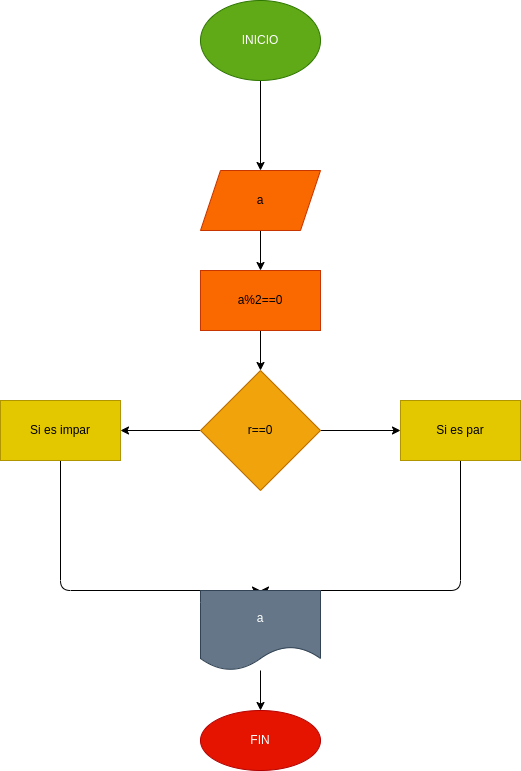
RobertCaicedo3723/Ejercicios_clase keeps this draw.io diagram as programa_par.png. Above is the earlier version. Source tidied: cells renumbered, new cells last; positions are measured from the earlier drawing's top-left corner, leaving out a move shared by most shapes. Source of this version:
```xml
<mxGraphModel>
  <root>
    <mxCell id="0" />
    <mxCell id="1" parent="0" />
    <mxCell id="2" style="edgeStyle=none;html=1;" parent="1" edge="1" source="3" target="5">
      <mxGeometry relative="1" as="geometry" />
    </mxCell>
    <mxCell id="3" value="INICIO" style="ellipse;whiteSpace=wrap;html=1;fillColor=#60a917;fontColor=#ffffff;strokeColor=#2D7600;" parent="1" vertex="1">
      <mxGeometry x="200" width="120" height="80" as="geometry" />
    </mxCell>
    <mxCell id="4" style="edgeStyle=none;html=1;" parent="1" edge="1" source="5" target="17">
      <mxGeometry relative="1" as="geometry" />
    </mxCell>
    <mxCell id="5" value="a" style="shape=parallelogram;perimeter=parallelogramPerimeter;whiteSpace=wrap;html=1;fixedSize=1;fillColor=#fa6800;fontColor=#000000;strokeColor=#C73500;" parent="1" vertex="1">
      <mxGeometry x="200" y="170" width="120" height="60" as="geometry" />
    </mxCell>
    <mxCell id="6" style="edgeStyle=none;html=1;" parent="1" edge="1" source="8" target="10">
      <mxGeometry relative="1" as="geometry" />
    </mxCell>
    <mxCell id="7" style="edgeStyle=none;html=1;" parent="1" edge="1" source="8" target="12">
      <mxGeometry relative="1" as="geometry" />
    </mxCell>
    <mxCell id="8" value="r==0" style="rhombus;whiteSpace=wrap;html=1;fillColor=#f0a30a;fontColor=#000000;strokeColor=#BD7000;" parent="1" vertex="1">
      <mxGeometry x="200" y="370" width="120" height="120" as="geometry" />
    </mxCell>
    <mxCell id="9" style="edgeStyle=none;html=1;entryX=0.5;entryY=0;entryDx=0;entryDy=0;" parent="1" edge="1" source="10" target="14">
      <mxGeometry relative="1" as="geometry">
        <Array as="points">
          <mxPoint x="460" y="590" />
        </Array>
      </mxGeometry>
    </mxCell>
    <mxCell id="10" value="Si es par" style="whiteSpace=wrap;html=1;fillColor=#e3c800;fontColor=#000000;strokeColor=#B09500;" parent="1" vertex="1">
      <mxGeometry x="400" y="400" width="120" height="60" as="geometry" />
    </mxCell>
    <mxCell id="11" style="edgeStyle=none;html=1;exitX=0.5;exitY=1;exitDx=0;exitDy=0;entryX=0.5;entryY=0;entryDx=0;entryDy=0;" parent="1" edge="1" source="12" target="14">
      <mxGeometry relative="1" as="geometry">
        <Array as="points">
          <mxPoint x="60" y="590" />
        </Array>
      </mxGeometry>
    </mxCell>
    <mxCell id="12" value="Si es impar" style="whiteSpace=wrap;html=1;fillColor=#e3c800;fontColor=#000000;strokeColor=#B09500;" parent="1" vertex="1">
      <mxGeometry y="400" width="120" height="60" as="geometry" />
    </mxCell>
    <mxCell id="13" style="edgeStyle=none;html=1;" parent="1" edge="1" source="14" target="15">
      <mxGeometry relative="1" as="geometry" />
    </mxCell>
    <mxCell id="14" value="a" style="shape=document;whiteSpace=wrap;html=1;boundedLbl=1;fillColor=#647687;fontColor=#ffffff;strokeColor=#314354;" parent="1" vertex="1">
      <mxGeometry x="200" y="590" width="120" height="80" as="geometry" />
    </mxCell>
    <mxCell id="15" value="FIN" style="ellipse;whiteSpace=wrap;html=1;fillColor=#e51400;fontColor=#ffffff;strokeColor=#B20000;" parent="1" vertex="1">
      <mxGeometry x="200" y="710" width="120" height="60" as="geometry" />
    </mxCell>
    <mxCell id="16" style="edgeStyle=none;html=1;exitX=0.5;exitY=1;exitDx=0;exitDy=0;" parent="1" edge="1" source="17" target="8">
      <mxGeometry relative="1" as="geometry" />
    </mxCell>
    <mxCell id="17" value="&lt;span&gt;a%2==0&lt;/span&gt;" style="whiteSpace=wrap;html=1;fillColor=#fa6800;strokeColor=#C73500;fontColor=#000000;" parent="1" vertex="1">
      <mxGeometry x="200" y="270" width="120" height="60" as="geometry" />
    </mxCell>
  </root>
</mxGraphModel>
```
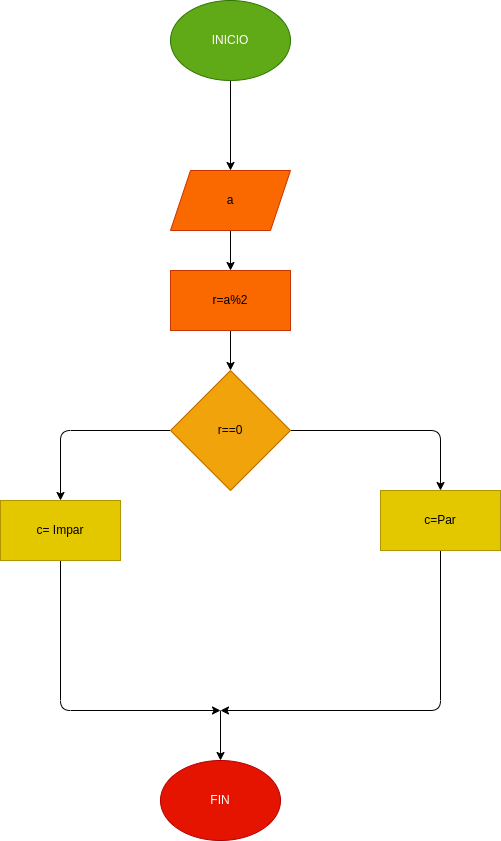
The same diagram one commit later.

What changed in the source:
```diff
@@ -15,48 +15,57 @@
       <mxGeometry x="200" y="170" width="120" height="60" as="geometry" />
     </mxCell>
     <mxCell id="6" style="edgeStyle=none;html=1;" parent="1" edge="1" source="8" target="10">
-      <mxGeometry relative="1" as="geometry" />
+      <mxGeometry relative="1" as="geometry">
+        <Array as="points">
+          <mxPoint x="470" y="430" />
+        </Array>
+      </mxGeometry>
     </mxCell>
     <mxCell id="7" style="edgeStyle=none;html=1;" parent="1" edge="1" source="8" target="12">
-      <mxGeometry relative="1" as="geometry" />
+      <mxGeometry relative="1" as="geometry">
+        <Array as="points">
+          <mxPoint x="90" y="430" />
+        </Array>
+      </mxGeometry>
     </mxCell>
     <mxCell id="8" value="r==0" style="rhombus;whiteSpace=wrap;html=1;fillColor=#f0a30a;fontColor=#000000;strokeColor=#BD7000;" parent="1" vertex="1">
       <mxGeometry x="200" y="370" width="120" height="120" as="geometry" />
     </mxCell>
-    <mxCell id="9" style="edgeStyle=none;html=1;entryX=0.5;entryY=0;entryDx=0;entryDy=0;" parent="1" edge="1" source="10" target="14">
-      <mxGeometry relative="1" as="geometry">
-        <Array as="points">
-          <mxPoint x="460" y="590" />
-        </Array>
-      </mxGeometry>
-    </mxCell>
+    <mxCell id="18" style="edgeStyle=none;html=1;exitX=0.5;exitY=1;exitDx=0;exitDy=0;" parent="1" edge="1" source="10">
+      <mxGeometry relative="1" as="geometry">
+        <mxPoint x="250" y="710" as="targetPoint" />
+        <Array as="points">
+          <mxPoint x="470" y="710" />
+        </Array>
+      </mxGeometry>
+    </mxCell>
-    <mxCell id="10" value="Si es par" style="whiteSpace=wrap;html=1;fillColor=#e3c800;fontColor=#000000;strokeColor=#B09500;" parent="1" vertex="1">
-      <mxGeometry x="400" y="400" width="120" height="60" as="geometry" />
+    <mxCell id="10" value="c=Par" style="whiteSpace=wrap;html=1;fillColor=#e3c800;fontColor=#000000;strokeColor=#B09500;" parent="1" vertex="1">
+      <mxGeometry x="410" y="490" width="120" height="60" as="geometry" />
     </mxCell>
-    <mxCell id="11" style="edgeStyle=none;html=1;exitX=0.5;exitY=1;exitDx=0;exitDy=0;entryX=0.5;entryY=0;entryDx=0;entryDy=0;" parent="1" edge="1" source="12" target="14">
-      <mxGeometry relative="1" as="geometry">
-        <Array as="points">
-          <mxPoint x="60" y="590" />
-        </Array>
-      </mxGeometry>
-    </mxCell>
+    <mxCell id="19" style="edgeStyle=none;html=1;" parent="1" edge="1" source="12">
+      <mxGeometry relative="1" as="geometry">
+        <mxPoint x="250" y="710" as="targetPoint" />
+        <Array as="points">
+          <mxPoint x="90" y="710" />
+        </Array>
+      </mxGeometry>
+    </mxCell>
-    <mxCell id="12" value="Si es impar" style="whiteSpace=wrap;html=1;fillColor=#e3c800;fontColor=#000000;strokeColor=#B09500;" parent="1" vertex="1">
-      <mxGeometry y="400" width="120" height="60" as="geometry" />
+    <mxCell id="12" value="c= Impar" style="whiteSpace=wrap;html=1;fillColor=#e3c800;fontColor=#000000;strokeColor=#B09500;" parent="1" vertex="1">
+      <mxGeometry x="30" y="500" width="120" height="60" as="geometry" />
     </mxCell>
-    <mxCell id="13" style="edgeStyle=none;html=1;" parent="1" edge="1" source="14" target="15">
-      <mxGeometry relative="1" as="geometry" />
-    </mxCell>
-    <mxCell id="14" value="a" style="shape=document;whiteSpace=wrap;html=1;boundedLbl=1;fillColor=#647687;fontColor=#ffffff;strokeColor=#314354;" parent="1" vertex="1">
-      <mxGeometry x="200" y="590" width="120" height="80" as="geometry" />
-    </mxCell>
-    <mxCell id="15" value="FIN" style="ellipse;whiteSpace=wrap;html=1;fillColor=#e51400;fontColor=#ffffff;strokeColor=#B20000;" parent="1" vertex="1">
-      <mxGeometry x="200" y="710" width="120" height="60" as="geometry" />
-    </mxCell>
     <mxCell id="16" style="edgeStyle=none;html=1;exitX=0.5;exitY=1;exitDx=0;exitDy=0;" parent="1" edge="1" source="17" target="8">
       <mxGeometry relative="1" as="geometry" />
     </mxCell>
-    <mxCell id="17" value="&lt;span&gt;a%2==0&lt;/span&gt;" style="whiteSpace=wrap;html=1;fillColor=#fa6800;strokeColor=#C73500;fontColor=#000000;" parent="1" vertex="1">
+    <mxCell id="17" value="r=a%2" style="whiteSpace=wrap;html=1;fillColor=#fa6800;strokeColor=#C73500;fontColor=#000000;" parent="1" vertex="1">
       <mxGeometry x="200" y="270" width="120" height="60" as="geometry" />
     </mxCell>
+    <mxCell id="15" value="FIN" style="ellipse;whiteSpace=wrap;html=1;fillColor=#e51400;fontColor=#ffffff;strokeColor=#B20000;" parent="1" vertex="1">
+      <mxGeometry x="190" y="760" width="120" height="80" as="geometry" />
+    </mxCell>
+    <mxCell id="20" style="endArrow=classic;html=1;entryX=0.5;entryY=0;entryDx=0;entryDy=0;" parent="1" edge="1" target="15">
+      <mxGeometry relative="1" as="geometry">
+        <mxPoint x="250" y="710" as="sourcePoint" />
+      </mxGeometry>
+    </mxCell>
   </root>
 </mxGraphModel>
```
